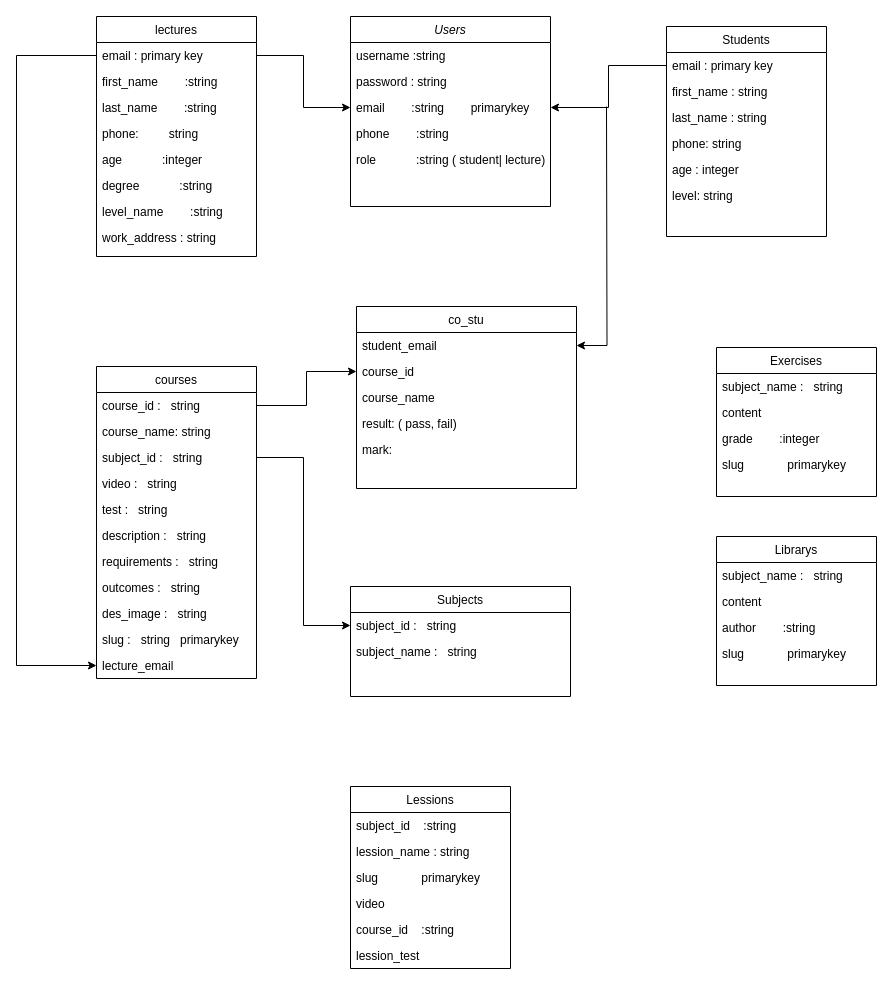
Above: Untitled Diagram.drawio in luongminh2111/Web-e-learning (draw.io), before the change. Source tidied: cells renumbered, new cells numbered last; positions are measured from the earlier drawing's top-left corner, leaving out a move shared by most shapes. Both pictures are drawn from the tidied source at 100%, with x=0, y=0 at pixel (16, 16).
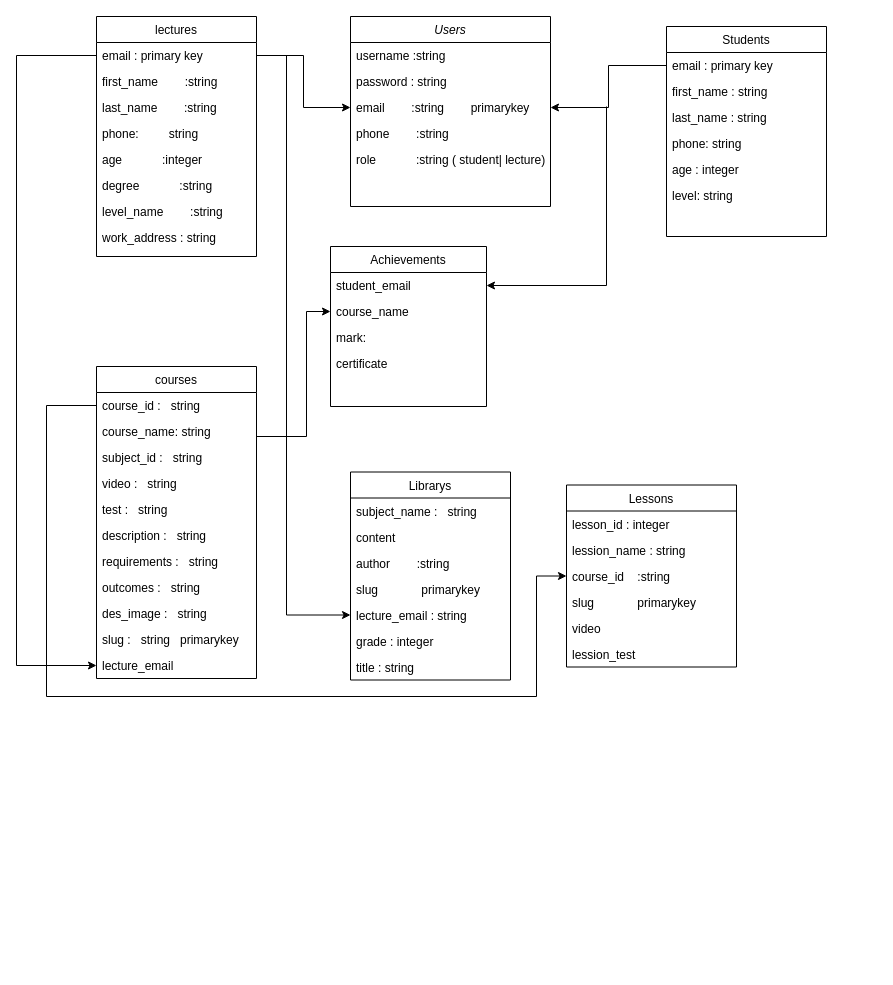
The same diagram, later.

The change refers to these unchanged cells:
```xml
<mxCell id="16" value="course_id :   string" style="text;align=left;verticalAlign=top;spacingLeft=4;spacingRight=4;overflow=hidden;points=[[0,0.5],[1,0.5]];portConstraint=eastwest;" parent="15" vertex="1">
  <mxGeometry y="26" width="160" height="26" as="geometry" />
</mxCell>
<mxCell id="18" value="subject_id :   string" style="text;align=left;verticalAlign=top;spacingLeft=4;spacingRight=4;overflow=hidden;points=[[0,0.5],[1,0.5]];portConstraint=eastwest;" parent="15" vertex="1">
  <mxGeometry y="78" width="160" height="26" as="geometry" />
</mxCell>
<mxCell id="28" value="email : primary key" style="text;align=left;verticalAlign=top;spacingLeft=4;spacingRight=4;overflow=hidden;points=[[0,0.5],[1,0.5]];portConstraint=eastwest;" parent="27" vertex="1">
  <mxGeometry y="26" width="160" height="26" as="geometry" />
</mxCell>
```

Diff of the diagram source:
```diff
@@
-    <mxCell id="38" value="Exercises" style="swimlane;fontStyle=0;align=center;verticalAlign=top;horizontal=1;startSize=26;rounded=0;shadow=0;strokeWidth=1;" parent="1" vertex="1">
-      <mxGeometry x="700" y="331" width="160" height="149" as="geometry" />
-    </mxCell>
-    <mxCell id="39" value="subject_name :   string" style="text;align=left;verticalAlign=top;spacingLeft=4;spacingRight=4;overflow=hidden;" parent="38" vertex="1">
-      <mxGeometry y="26" width="160" height="26" as="geometry" />
-    </mxCell>
-    <mxCell id="40" value="content" style="text;align=left;verticalAlign=top;spacingLeft=4;spacingRight=4;overflow=hidden;" parent="38" vertex="1">
-      <mxGeometry y="52" width="160" height="26" as="geometry" />
-    </mxCell>
-    <mxCell id="41" value="grade        :integer" style="text;align=left;verticalAlign=top;spacingLeft=4;spacingRight=4;overflow=hidden;" parent="38" vertex="1">
-      <mxGeometry y="78" width="160" height="26" as="geometry" />
-    </mxCell>
-    <mxCell id="42" value="slug             primarykey" style="text;align=left;verticalAlign=top;spacingLeft=4;spacingRight=4;overflow=hidden;" parent="38" vertex="1">
-      <mxGeometry y="104" width="160" height="26" as="geometry" />
-    </mxCell>
-    <mxCell id="43" value="Subjects" style="swimlane;fontStyle=0;align=center;verticalAlign=top;horizontal=1;startSize=26;rounded=0;shadow=0;strokeWidth=1;" parent="1" vertex="1">
-      <mxGeometry x="334" y="570" width="220" height="110" as="geometry" />
-    </mxCell>
-    <mxCell id="44" value="subject_id :   string" style="text;align=left;verticalAlign=top;spacingLeft=4;spacingRight=4;overflow=hidden;points=[[0,0.5],[1,0.5]];portConstraint=eastwest;" parent="43" vertex="1">
-      <mxGeometry y="26" width="220" height="26" as="geometry" />
-    </mxCell>
-    <mxCell id="45" value="subject_name :   string" style="text;align=left;verticalAlign=top;spacingLeft=4;spacingRight=4;overflow=hidden;" parent="43" vertex="1">
-      <mxGeometry y="52" width="220" height="26" as="geometry" />
-    </mxCell>
     <mxCell id="46" value="Librarys" style="swimlane;fontStyle=0;align=center;verticalAlign=top;horizontal=1;startSize=26;rounded=0;shadow=0;strokeWidth=1;" parent="1" vertex="1">
-      <mxGeometry x="700" y="520" width="160" height="149" as="geometry" />
+      <mxGeometry x="334" y="455.5" width="160" height="208" as="geometry" />
     </mxCell>
@@
-    <mxCell id="51" style="edgeStyle=orthogonalEdgeStyle;rounded=0;jettySize=auto;html=1;entryX=0;entryY=0.5;entryDx=0;entryDy=0;" parent="1" edge="1" source="18" target="44">
-      <mxGeometry relative="1" as="geometry" />
-    </mxCell>
+    <mxCell id="68" value="lecture_email : string" style="text;align=left;verticalAlign=top;spacingLeft=4;spacingRight=4;overflow=hidden;points=[[0,0.5],[1,0.5]];portConstraint=eastwest;" parent="46" vertex="1">
+      <mxGeometry y="130" width="160" height="26" as="geometry" />
+    </mxCell>
+    <mxCell id="69" value="grade : integer" style="text;align=left;verticalAlign=top;spacingLeft=4;spacingRight=4;overflow=hidden;" parent="46" vertex="1">
+      <mxGeometry y="156" width="160" height="26" as="geometry" />
+    </mxCell>
+    <mxCell id="70" value="title : string" style="text;align=left;verticalAlign=top;spacingLeft=4;spacingRight=4;overflow=hidden;" parent="46" vertex="1">
+      <mxGeometry y="182" width="160" height="26" as="geometry" />
+    </mxCell>
-    <mxCell id="52" value="Lessions" style="swimlane;fontStyle=0;align=center;verticalAlign=top;horizontal=1;startSize=26;rounded=0;shadow=0;strokeWidth=1;" parent="1" vertex="1">
-      <mxGeometry x="334" y="770" width="160" height="182" as="geometry" />
+    <mxCell id="52" value="Lessons" style="swimlane;fontStyle=0;align=center;verticalAlign=top;horizontal=1;startSize=26;rounded=0;shadow=0;strokeWidth=1;" parent="1" vertex="1">
+      <mxGeometry x="550" y="468.5" width="170" height="182" as="geometry" />
     </mxCell>
-    <mxCell id="53" value="subject_id    :string" style="text;align=left;verticalAlign=top;spacingLeft=4;spacingRight=4;overflow=hidden;" parent="52" vertex="1">
-      <mxGeometry y="26" width="160" height="26" as="geometry" />
+    <mxCell id="53" value="lesson_id : integer" style="text;align=left;verticalAlign=top;spacingLeft=4;spacingRight=4;overflow=hidden;" parent="52" vertex="1">
+      <mxGeometry y="26" width="170" height="26" as="geometry" />
     </mxCell>
     <mxCell id="54" value="lession_name : string" style="text;align=left;verticalAlign=top;spacingLeft=4;spacingRight=4;overflow=hidden;" parent="52" vertex="1">
-      <mxGeometry y="52" width="160" height="26" as="geometry" />
+      <mxGeometry y="52" width="170" height="26" as="geometry" />
     </mxCell>
+    <mxCell id="57" value="course_id    :string" style="text;align=left;verticalAlign=top;spacingLeft=4;spacingRight=4;overflow=hidden;" parent="52" vertex="1">
+      <mxGeometry y="78" width="170" height="26" as="geometry" />
+    </mxCell>
     <mxCell id="55" value="slug             primarykey" style="text;align=left;verticalAlign=top;spacingLeft=4;spacingRight=4;overflow=hidden;" parent="52" vertex="1">
-      <mxGeometry y="78" width="160" height="26" as="geometry" />
+      <mxGeometry y="104" width="170" height="26" as="geometry" />
     </mxCell>
     <mxCell id="56" value="video" style="text;align=left;verticalAlign=top;spacingLeft=4;spacingRight=4;overflow=hidden;" parent="52" vertex="1">
-      <mxGeometry y="104" width="160" height="26" as="geometry" />
+      <mxGeometry y="130" width="170" height="26" as="geometry" />
     </mxCell>
-    <mxCell id="57" value="course_id    :string" style="text;align=left;verticalAlign=top;spacingLeft=4;spacingRight=4;overflow=hidden;" parent="52" vertex="1">
-      <mxGeometry y="130" width="160" height="26" as="geometry" />
-    </mxCell>
     <mxCell id="58" value="lession_test" style="text;align=left;verticalAlign=top;spacingLeft=4;spacingRight=4;overflow=hidden;" parent="52" vertex="1">
-      <mxGeometry y="156" width="160" height="26" as="geometry" />
+      <mxGeometry y="156" width="170" height="26" as="geometry" />
     </mxCell>
@@
-    <mxCell id="60" value="co_stu" style="swimlane;fontStyle=0;align=center;verticalAlign=top;horizontal=1;startSize=26;rounded=0;shadow=0;strokeWidth=1;" parent="1" vertex="1">
-      <mxGeometry x="340" y="290" width="220" height="182" as="geometry" />
+    <mxCell id="60" value="Achievements" style="swimlane;fontStyle=0;align=center;verticalAlign=top;horizontal=1;startSize=26;rounded=0;shadow=0;strokeWidth=1;" parent="1" vertex="1">
+      <mxGeometry x="314" y="230" width="156" height="160" as="geometry" />
     </mxCell>
     <mxCell id="61" value="student_email" style="text;align=left;verticalAlign=top;spacingLeft=4;spacingRight=4;overflow=hidden;points=[[0,0.5],[1,0.5]];portConstraint=eastwest;" parent="60" vertex="1">
-      <mxGeometry y="26" width="220" height="26" as="geometry" />
+      <mxGeometry y="26" width="156" height="26" as="geometry" />
     </mxCell>
-    <mxCell id="62" value="course_id" style="text;align=left;verticalAlign=top;spacingLeft=4;spacingRight=4;overflow=hidden;points=[[0,0.5],[1,0.5]];portConstraint=eastwest;" parent="60" vertex="1">
-      <mxGeometry y="52" width="220" height="26" as="geometry" />
-    </mxCell>
     <mxCell id="63" value="course_name" style="text;align=left;verticalAlign=top;spacingLeft=4;spacingRight=4;overflow=hidden;" parent="60" vertex="1">
-      <mxGeometry y="78" width="220" height="26" as="geometry" />
+      <mxGeometry y="52" width="156" height="26" as="geometry" />
     </mxCell>
-    <mxCell id="64" value="result: ( pass, fail)" style="text;align=left;verticalAlign=top;spacingLeft=4;spacingRight=4;overflow=hidden;" parent="60" vertex="1">
-      <mxGeometry y="104" width="220" height="26" as="geometry" />
-    </mxCell>
     <mxCell id="65" value="mark: " style="text;align=left;verticalAlign=top;spacingLeft=4;spacingRight=4;overflow=hidden;" parent="60" vertex="1">
-      <mxGeometry y="130" width="220" height="26" as="geometry" />
+      <mxGeometry y="78" width="156" height="26" as="geometry" />
     </mxCell>
+    <mxCell id="71" value="certificate" style="text;align=left;verticalAlign=top;spacingLeft=4;spacingRight=4;overflow=hidden;" parent="60" vertex="1">
+      <mxGeometry y="104" width="156" height="26" as="geometry" />
+    </mxCell>
     <mxCell id="66" style="edgeStyle=orthogonalEdgeStyle;rounded=0;jettySize=auto;html=1;entryX=1;entryY=0.5;entryDx=0;entryDy=0;" parent="1" edge="1" target="61">
       <mxGeometry relative="1" as="geometry">
         <mxPoint x="590" y="90" as="sourcePoint" />
+        <Array as="points">
+          <mxPoint x="590" y="269" />
+        </Array>
       </mxGeometry>
     </mxCell>
-    <mxCell id="67" style="edgeStyle=orthogonalEdgeStyle;rounded=0;jettySize=auto;html=1;entryX=0;entryY=0.5;entryDx=0;entryDy=0;" parent="1" edge="1" source="16" target="62">
-      <mxGeometry relative="1" as="geometry" />
+    <mxCell id="67" style="edgeStyle=orthogonalEdgeStyle;rounded=0;orthogonalLoop=1;jettySize=auto;html=1;entryX=0;entryY=0.5;entryDx=0;entryDy=0;" parent="1" edge="1">
+      <mxGeometry relative="1" as="geometry">
+        <mxPoint x="240" y="420" as="sourcePoint" />
+        <mxPoint x="314" y="295" as="targetPoint" />
+        <Array as="points">
+          <mxPoint x="290" y="420" />
+          <mxPoint x="290" y="295" />
+        </Array>
+      </mxGeometry>
     </mxCell>
+    <mxCell id="72" style="edgeStyle=orthogonalEdgeStyle;rounded=0;jettySize=auto;html=1;entryX=0;entryY=0.5;entryDx=0;entryDy=0;" parent="1" edge="1" source="28" target="68">
+      <mxGeometry relative="1" as="geometry">
+        <Array as="points">
+          <mxPoint x="270" y="39" />
+          <mxPoint x="270" y="599" />
+        </Array>
+      </mxGeometry>
+    </mxCell>
+    <mxCell id="73" style="edgeStyle=orthogonalEdgeStyle;rounded=0;jettySize=auto;html=1;entryX=0;entryY=0.5;entryDx=0;entryDy=0;" parent="1" edge="1" source="16" target="52">
+      <mxGeometry relative="1" as="geometry">
+        <Array as="points">
+          <mxPoint x="30" y="389" />
+          <mxPoint x="30" y="680" />
+          <mxPoint x="520" y="680" />
+          <mxPoint x="520" y="560" />
+        </Array>
+      </mxGeometry>
+    </mxCell>
```
